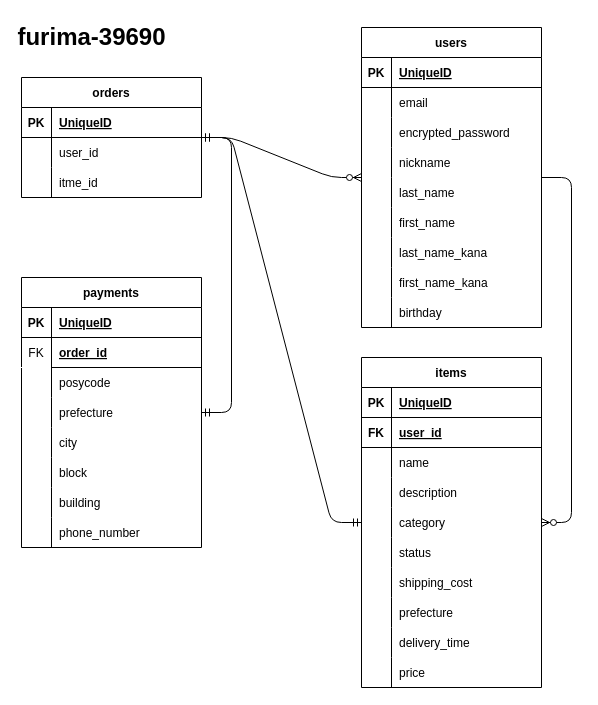
This is .drawio from forumforum/furima-39690, a draw.io file, before an edit. Source tidied: cells renumbered, new cells numbered last; positions are measured from the earlier drawing's top-left corner, leaving out a move shared by most shapes. Both pictures are drawn from the tidied source at 100%, with x=0, y=0 at pixel (21, 17).
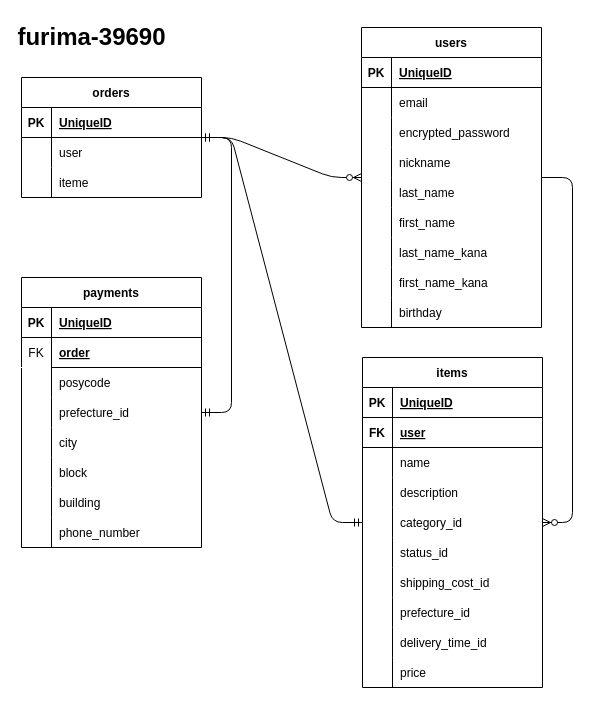
Above is the later version.

Commit message (it also covers changes not shown here):
データベース設計修正

Unchanged cells that the change refers to:
```xml
<mxCell id="35" style="shape=tableRow;horizontal=0;startSize=0;swimlaneHead=0;swimlaneBody=0;fillColor=none;top=0;left=0;right=0;bottom=1;" parent="31" vertex="1">
  <mxGeometry y="60" width="180" height="30" as="geometry" />
</mxCell>
<mxCell id="44" style="shape=tableRow;horizontal=0;startSize=0;swimlaneHead=0;swimlaneBody=0;fillColor=none;top=0;left=0;right=0;bottom=0;" parent="31" vertex="1">
  <mxGeometry y="150" width="180" height="30" as="geometry" />
</mxCell>
<mxCell id="47" style="shape=tableRow;horizontal=0;startSize=0;swimlaneHead=0;swimlaneBody=0;fillColor=none;top=0;left=0;right=0;bottom=0;" parent="31" vertex="1">
  <mxGeometry y="180" width="180" height="30" as="geometry" />
</mxCell>
<mxCell id="50" style="shape=tableRow;horizontal=0;startSize=0;swimlaneHead=0;swimlaneBody=0;fillColor=none;top=0;left=0;right=0;bottom=0;" parent="31" vertex="1">
  <mxGeometry y="210" width="180" height="30" as="geometry" />
</mxCell>
<mxCell id="53" style="shape=tableRow;horizontal=0;startSize=0;swimlaneHead=0;swimlaneBody=0;fillColor=none;top=0;left=0;right=0;bottom=0;" parent="31" vertex="1">
  <mxGeometry y="240" width="180" height="30" as="geometry" />
</mxCell>
<mxCell id="56" style="shape=tableRow;horizontal=0;startSize=0;swimlaneHead=0;swimlaneBody=0;fillColor=none;top=0;left=0;right=0;bottom=0;" parent="31" vertex="1">
  <mxGeometry y="270" width="180" height="30" as="geometry" />
</mxCell>
<mxCell id="66" style="shape=tableRow;horizontal=0;startSize=0;swimlaneHead=0;swimlaneBody=0;fillColor=none;top=0;left=0;right=0;bottom=0;" parent="62" vertex="1">
  <mxGeometry y="60" width="180" height="30" as="geometry" />
</mxCell>
<mxCell id="72" style="shape=tableRow;horizontal=0;startSize=0;swimlaneHead=0;swimlaneBody=0;fillColor=none;top=0;left=0;right=0;bottom=0;" parent="62" vertex="1">
  <mxGeometry y="120" width="180" height="30" as="geometry" />
</mxCell>
<mxCell id="91" style="shape=tableRow;horizontal=0;startSize=0;swimlaneHead=0;swimlaneBody=0;fillColor=none;top=0;left=0;right=0;bottom=0;" parent="87" vertex="1">
  <mxGeometry y="60" width="180" height="30" as="geometry" />
</mxCell>
<mxCell id="94" style="shape=tableRow;horizontal=0;startSize=0;swimlaneHead=0;swimlaneBody=0;fillColor=none;top=0;left=0;right=0;bottom=0;" parent="87" vertex="1">
  <mxGeometry y="90" width="180" height="30" as="geometry" />
</mxCell>
```

What changed in the source:
```diff
@@
     <mxCell id="31" value="items" style="shape=table;startSize=30;childLayout=tableLayout;rowLines=0;fontStyle=1;align=center;" parent="1" vertex="1">
-      <mxGeometry x="340" y="340" width="180" height="330" as="geometry" />
+      <mxGeometry x="341" y="340" width="180" height="330" as="geometry" />
     </mxCell>
@@
-    <mxCell id="37" value="user_id" style="shape=partialRectangle;fillColor=none;top=0;left=0;bottom=0;right=0;align=left;spacingLeft=6;fontStyle=5;overflow=hidden;" parent="35" vertex="1">
+    <mxCell id="37" value="user" style="shape=partialRectangle;fillColor=none;top=0;left=0;bottom=0;right=0;align=left;spacingLeft=6;fontStyle=5;overflow=hidden;" parent="35" vertex="1">
       <mxGeometry x="30" width="150" height="30" as="geometry" />
     </mxCell>
@@
-    <mxCell id="46" value="category" style="shape=partialRectangle;fillColor=none;top=0;left=0;bottom=0;right=0;align=left;spacingLeft=6;overflow=hidden;" parent="44" vertex="1">
+    <mxCell id="46" value="category_id" style="shape=partialRectangle;fillColor=none;top=0;left=0;bottom=0;right=0;align=left;spacingLeft=6;overflow=hidden;" parent="44" vertex="1">
       <mxGeometry x="30" width="150" height="30" as="geometry" />
     </mxCell>
@@
-    <mxCell id="49" value="status" style="shape=partialRectangle;fillColor=none;top=0;left=0;bottom=0;right=0;align=left;spacingLeft=6;overflow=hidden;" parent="47" vertex="1">
+    <mxCell id="49" value="status_id" style="shape=partialRectangle;fillColor=none;top=0;left=0;bottom=0;right=0;align=left;spacingLeft=6;overflow=hidden;" parent="47" vertex="1">
       <mxGeometry x="30" width="150" height="30" as="geometry" />
     </mxCell>
@@
-    <mxCell id="52" value="shipping_cost" style="shape=partialRectangle;fillColor=none;top=0;left=0;bottom=0;right=0;align=left;spacingLeft=6;overflow=hidden;" parent="50" vertex="1">
+    <mxCell id="52" value="shipping_cost_id" style="shape=partialRectangle;fillColor=none;top=0;left=0;bottom=0;right=0;align=left;spacingLeft=6;overflow=hidden;" parent="50" vertex="1">
       <mxGeometry x="30" width="150" height="30" as="geometry" />
     </mxCell>
@@
-    <mxCell id="55" value="prefecture" style="shape=partialRectangle;fillColor=none;top=0;left=0;bottom=0;right=0;align=left;spacingLeft=6;overflow=hidden;" parent="53" vertex="1">
+    <mxCell id="55" value="prefecture_id" style="shape=partialRectangle;fillColor=none;top=0;left=0;bottom=0;right=0;align=left;spacingLeft=6;overflow=hidden;" parent="53" vertex="1">
       <mxGeometry x="30" width="150" height="30" as="geometry" />
     </mxCell>
@@
-    <mxCell id="58" value="delivery_time" style="shape=partialRectangle;fillColor=none;top=0;left=0;bottom=0;right=0;align=left;spacingLeft=6;overflow=hidden;" parent="56" vertex="1">
+    <mxCell id="58" value="delivery_time_id" style="shape=partialRectangle;fillColor=none;top=0;left=0;bottom=0;right=0;align=left;spacingLeft=6;overflow=hidden;" parent="56" vertex="1">
       <mxGeometry x="30" width="150" height="30" as="geometry" />
     </mxCell>
@@
-    <mxCell id="68" value="order_id" style="shape=partialRectangle;fillColor=none;top=0;left=0;bottom=1;right=0;align=left;spacingLeft=6;overflow=hidden;perimeterSpacing=1;strokeWidth=1;strokeColor=default;labelBorderColor=none;labelBackgroundColor=none;shadow=0;fontStyle=5;" parent="66" vertex="1">
+    <mxCell id="68" value="order" style="shape=partialRectangle;fillColor=none;top=0;left=0;bottom=1;right=0;align=left;spacingLeft=6;overflow=hidden;perimeterSpacing=1;strokeWidth=1;strokeColor=default;labelBorderColor=none;labelBackgroundColor=none;shadow=0;fontStyle=5;" parent="66" vertex="1">
       <mxGeometry x="30" width="150" height="30" as="geometry" />
     </mxCell>
@@
-    <mxCell id="74" value="prefecture" style="shape=partialRectangle;fillColor=none;top=0;left=0;bottom=0;right=0;align=left;spacingLeft=6;overflow=hidden;" parent="72" vertex="1">
+    <mxCell id="74" value="prefecture_id" style="shape=partialRectangle;fillColor=none;top=0;left=0;bottom=0;right=0;align=left;spacingLeft=6;overflow=hidden;" parent="72" vertex="1">
       <mxGeometry x="30" width="150" height="30" as="geometry" />
     </mxCell>
@@
-    <mxCell id="93" value="user_id" style="shape=partialRectangle;fillColor=none;top=0;left=0;bottom=0;right=0;align=left;spacingLeft=6;overflow=hidden;" parent="91" vertex="1">
+    <mxCell id="93" value="user" style="shape=partialRectangle;fillColor=none;top=0;left=0;bottom=0;right=0;align=left;spacingLeft=6;overflow=hidden;" parent="91" vertex="1">
       <mxGeometry x="30" width="150" height="30" as="geometry" />
     </mxCell>
@@
-    <mxCell id="96" value="itme_id" style="shape=partialRectangle;fillColor=none;top=0;left=0;bottom=0;right=0;align=left;spacingLeft=6;overflow=hidden;" parent="94" vertex="1">
+    <mxCell id="96" value="iteme" style="shape=partialRectangle;fillColor=none;top=0;left=0;bottom=0;right=0;align=left;spacingLeft=6;overflow=hidden;" parent="94" vertex="1">
       <mxGeometry x="30" width="150" height="30" as="geometry" />
     </mxCell>
```
